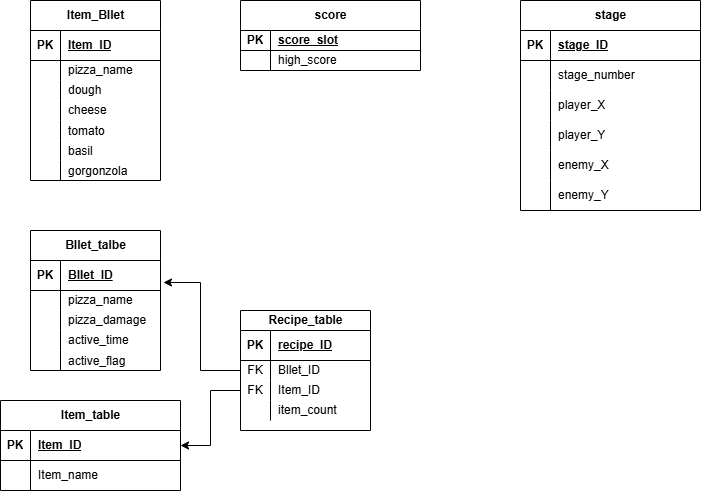
yukku49/DxLib keeps this draw.io diagram as MainScreen/sqlite_DB/pizza_サバイバルE-R図.drawio.png. Above is the earlier version. Source tidied: cells renumbered, new cells last; positions are measured from the earlier drawing's top-left corner, leaving out a move shared by most shapes.
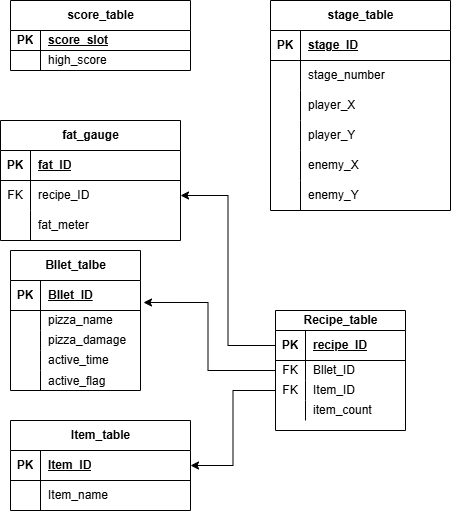
The same diagram one commit later.

The edit, as a diff of the source:
```diff
@@ -2,74 +2,8 @@
   <root>
     <mxCell id="0" />
     <mxCell id="1" parent="0" />
-    <mxCell id="2" value="Item_Bllet" style="shape=table;startSize=30;rowLines=0;fontStyle=1;align=center;html=1;" parent="1" vertex="1">
-      <mxGeometry x="30" width="130" height="180" as="geometry" />
-    </mxCell>
-    <mxCell id="3" style="shape=tableRow;horizontal=0;startSize=0;swimlaneHead=0;swimlaneBody=0;fillColor=none;top=0;left=0;right=0;bottom=1;" parent="2" vertex="1">
-      <mxGeometry y="30" width="130" height="30" as="geometry" />
-    </mxCell>
-    <mxCell id="4" value="PK" style="shape=partialRectangle;fillColor=none;top=0;left=0;bottom=0;right=0;fontStyle=1;overflow=hidden;whiteSpace=wrap;html=1;" parent="3" vertex="1">
-      <mxGeometry width="30" height="30" as="geometry" />
-    </mxCell>
-    <mxCell id="5" value="Item_ID" style="shape=partialRectangle;fillColor=none;top=0;left=0;bottom=0;right=0;align=left;spacingLeft=6;fontStyle=5;overflow=hidden;whiteSpace=wrap;html=1;" parent="3" vertex="1">
-      <mxGeometry x="30" width="100" height="30" as="geometry" />
-    </mxCell>
-    <mxCell id="6" style="shape=tableRow;horizontal=0;startSize=0;swimlaneHead=0;swimlaneBody=0;fillColor=none;top=0;left=0;right=0;bottom=0;" parent="2" vertex="1">
-      <mxGeometry y="60" width="130" height="20" as="geometry" />
-    </mxCell>
-    <mxCell id="7" style="shape=partialRectangle;fillColor=none;top=0;left=0;bottom=0;right=0;overflow=hidden;whiteSpace=wrap;html=1;" parent="6" vertex="1">
-      <mxGeometry width="30" height="20" as="geometry" />
-    </mxCell>
-    <mxCell id="8" value="pizza_name" style="shape=partialRectangle;fillColor=none;top=0;left=0;bottom=0;right=0;align=left;spacingLeft=6;overflow=hidden;whiteSpace=wrap;html=1;" parent="6" vertex="1">
-      <mxGeometry x="30" width="100" height="20" as="geometry" />
-    </mxCell>
-    <mxCell id="9" style="shape=tableRow;horizontal=0;startSize=0;swimlaneHead=0;swimlaneBody=0;fillColor=none;top=0;left=0;right=0;bottom=0;" parent="2" vertex="1">
-      <mxGeometry y="80" width="130" height="20" as="geometry" />
-    </mxCell>
-    <mxCell id="10" style="shape=partialRectangle;fillColor=none;top=0;left=0;bottom=0;right=0;overflow=hidden;whiteSpace=wrap;html=1;" parent="9" vertex="1">
-      <mxGeometry width="30" height="20" as="geometry" />
-    </mxCell>
-    <mxCell id="11" value="dough" style="shape=partialRectangle;fillColor=none;top=0;left=0;bottom=0;right=0;align=left;spacingLeft=6;overflow=hidden;whiteSpace=wrap;html=1;" parent="9" vertex="1">
-      <mxGeometry x="30" width="100" height="20" as="geometry" />
-    </mxCell>
-    <mxCell id="12" style="shape=tableRow;horizontal=0;startSize=0;swimlaneHead=0;swimlaneBody=0;fillColor=none;top=0;left=0;right=0;bottom=0;" parent="2" vertex="1">
-      <mxGeometry y="100" width="130" height="20" as="geometry" />
-    </mxCell>
-    <mxCell id="13" style="shape=partialRectangle;fillColor=none;top=0;left=0;bottom=0;right=0;overflow=hidden;whiteSpace=wrap;html=1;" parent="12" vertex="1">
-      <mxGeometry width="30" height="20" as="geometry" />
-    </mxCell>
-    <mxCell id="14" value="cheese" style="shape=partialRectangle;fillColor=none;top=0;left=0;bottom=0;right=0;align=left;spacingLeft=6;overflow=hidden;whiteSpace=wrap;html=1;" parent="12" vertex="1">
-      <mxGeometry x="30" width="100" height="20" as="geometry" />
-    </mxCell>
-    <mxCell id="15" style="shape=tableRow;horizontal=0;startSize=0;swimlaneHead=0;swimlaneBody=0;fillColor=none;top=0;left=0;right=0;bottom=0;" parent="2" vertex="1">
-      <mxGeometry y="120" width="130" height="20" as="geometry" />
-    </mxCell>
-    <mxCell id="16" style="shape=partialRectangle;fillColor=none;top=0;left=0;bottom=0;right=0;overflow=hidden;" parent="15" vertex="1">
-      <mxGeometry width="30" height="20" as="geometry" />
-    </mxCell>
-    <mxCell id="17" value="tomato" style="shape=partialRectangle;fillColor=none;top=0;left=0;bottom=0;right=0;align=left;spacingLeft=6;overflow=hidden;" parent="15" vertex="1">
-      <mxGeometry x="30" width="100" height="20" as="geometry" />
-    </mxCell>
-    <mxCell id="18" style="shape=tableRow;horizontal=0;startSize=0;swimlaneHead=0;swimlaneBody=0;fillColor=none;top=0;left=0;right=0;bottom=0;" parent="2" vertex="1">
-      <mxGeometry y="140" width="130" height="20" as="geometry" />
-    </mxCell>
-    <mxCell id="19" style="shape=partialRectangle;fillColor=none;top=0;left=0;bottom=0;right=0;overflow=hidden;" parent="18" vertex="1">
-      <mxGeometry width="30" height="20" as="geometry" />
-    </mxCell>
-    <mxCell id="20" value="basil" style="shape=partialRectangle;fillColor=none;top=0;left=0;bottom=0;right=0;align=left;spacingLeft=6;overflow=hidden;" parent="18" vertex="1">
-      <mxGeometry x="30" width="100" height="20" as="geometry" />
-    </mxCell>
-    <mxCell id="21" style="shape=tableRow;horizontal=0;startSize=0;swimlaneHead=0;swimlaneBody=0;fillColor=none;top=0;left=0;right=0;bottom=0;" parent="2" vertex="1">
-      <mxGeometry y="160" width="130" height="20" as="geometry" />
-    </mxCell>
-    <mxCell id="22" style="shape=partialRectangle;fillColor=none;top=0;left=0;bottom=0;right=0;overflow=hidden;" parent="21" vertex="1">
-      <mxGeometry width="30" height="20" as="geometry" />
-    </mxCell>
-    <mxCell id="23" value="gorgonzola" style="shape=partialRectangle;fillColor=none;top=0;left=0;bottom=0;right=0;align=left;spacingLeft=6;overflow=hidden;" parent="21" vertex="1">
-      <mxGeometry x="30" width="100" height="20" as="geometry" />
-    </mxCell>
-    <mxCell id="24" value="score" style="shape=table;startSize=30;rowLines=0;fontStyle=1;align=center;html=1;" parent="1" vertex="1">
-      <mxGeometry x="240" width="180" height="70" as="geometry" />
+    <mxCell id="24" value="score_table" style="shape=table;startSize=30;rowLines=0;fontStyle=1;align=center;html=1;" parent="1" vertex="1">
+      <mxGeometry y="-20" width="180" height="70" as="geometry" />
     </mxCell>
     <mxCell id="25" style="shape=tableRow;horizontal=0;startSize=0;swimlaneHead=0;swimlaneBody=0;fillColor=none;top=0;left=0;right=0;bottom=1;" parent="24" vertex="1">
       <mxGeometry y="30" width="180" height="20" as="geometry" />
@@ -89,8 +23,8 @@
     <mxCell id="30" value="high_score" style="shape=partialRectangle;fillColor=none;top=0;left=0;bottom=0;right=0;align=left;spacingLeft=6;overflow=hidden;whiteSpace=wrap;html=1;" parent="28" vertex="1">
       <mxGeometry x="30" width="150" height="20" as="geometry" />
     </mxCell>
-    <mxCell id="31" value="stage" style="shape=table;startSize=30;rowLines=0;fontStyle=1;align=center;html=1;" parent="1" vertex="1">
-      <mxGeometry x="520" width="180" height="210" as="geometry" />
+    <mxCell id="31" value="stage_table" style="shape=table;startSize=30;rowLines=0;fontStyle=1;align=center;html=1;" parent="1" vertex="1">
+      <mxGeometry x="260" y="-20" width="180" height="210" as="geometry" />
     </mxCell>
     <mxCell id="32" style="shape=tableRow;horizontal=0;startSize=0;swimlaneHead=0;swimlaneBody=0;fillColor=none;top=0;left=0;right=0;bottom=1;" parent="31" vertex="1">
       <mxGeometry y="30" width="180" height="30" as="geometry" />
@@ -168,7 +102,7 @@
       <mxGeometry x="30" width="150" height="30" as="geometry" />
     </mxCell>
     <mxCell id="57" value="Bllet_talbe" style="shape=table;startSize=30;rowLines=0;fontStyle=1;align=center;html=1;" parent="1" vertex="1">
-      <mxGeometry x="30" y="230" width="130" height="140" as="geometry" />
+      <mxGeometry y="230" width="130" height="140" as="geometry" />
     </mxCell>
     <mxCell id="58" style="shape=tableRow;horizontal=0;startSize=0;swimlaneHead=0;swimlaneBody=0;fillColor=none;points=[[0,0.5],[1,0.5]];portConstraint=eastwest;top=0;left=0;right=0;bottom=1;" parent="57" vertex="1">
       <mxGeometry y="30" width="130" height="30" as="geometry" />
@@ -216,7 +150,7 @@
       <mxGeometry x="30" width="100" height="20" as="geometry" />
     </mxCell>
     <mxCell id="73" value="Recipe_table" style="shape=table;startSize=20;rowLines=0;fontStyle=1;align=center;html=1;" parent="1" vertex="1">
-      <mxGeometry x="240" y="310" width="130" height="120" as="geometry" />
+      <mxGeometry x="265" y="290" width="130" height="120" as="geometry" />
     </mxCell>
     <mxCell id="74" style="shape=tableRow;horizontal=0;startSize=0;swimlaneHead=0;swimlaneBody=0;fillColor=none;points=[[0,0.5],[1,0.5]];portConstraint=eastwest;top=0;left=0;right=0;bottom=1;" parent="73" vertex="1">
       <mxGeometry y="20" width="130" height="30" as="geometry" />
@@ -260,5 +194,38 @@
     <mxCell id="87" style="edgeStyle=orthogonalEdgeStyle;rounded=0;jettySize=auto;html=1;exitX=0;exitY=0.5;exitDx=0;exitDy=0;entryX=1.023;entryY=0.733;entryDx=0;entryDy=0;entryPerimeter=0;" parent="1" edge="1" source="77" target="58">
       <mxGeometry relative="1" as="geometry" />
     </mxCell>
+    <mxCell id="88" value="&lt;div style=&quot;text-align: start;&quot;&gt;fat_gauge&lt;/div&gt;" style="shape=table;startSize=30;rowLines=0;fontStyle=1;align=center;html=1;" parent="1" vertex="1">
+      <mxGeometry x="-10" y="100" width="180" height="120" as="geometry" />
+    </mxCell>
+    <mxCell id="89" style="shape=tableRow;horizontal=0;startSize=0;swimlaneHead=0;swimlaneBody=0;fillColor=none;top=0;left=0;right=0;bottom=1;" parent="88" vertex="1">
+      <mxGeometry y="30" width="180" height="30" as="geometry" />
+    </mxCell>
+    <mxCell id="4" value="PK" style="shape=partialRectangle;fillColor=none;top=0;left=0;bottom=0;right=0;fontStyle=1;overflow=hidden;whiteSpace=wrap;html=1;" parent="89" vertex="1">
+      <mxGeometry width="30" height="30" as="geometry" />
+    </mxCell>
+    <mxCell id="90" value="fat_ID" style="shape=partialRectangle;fillColor=none;top=0;left=0;bottom=0;right=0;align=left;spacingLeft=6;fontStyle=5;overflow=hidden;whiteSpace=wrap;html=1;" parent="89" vertex="1">
+      <mxGeometry x="30" width="150" height="30" as="geometry" />
+    </mxCell>
+    <mxCell id="91" style="shape=tableRow;horizontal=0;startSize=0;swimlaneHead=0;swimlaneBody=0;fillColor=none;points=[[0,0.5],[1,0.5]];portConstraint=eastwest;top=0;left=0;right=0;bottom=0;" parent="88" vertex="1">
+      <mxGeometry y="60" width="180" height="30" as="geometry" />
+    </mxCell>
+    <mxCell id="92" value="FK" style="shape=partialRectangle;fillColor=none;top=0;left=0;bottom=0;right=0;overflow=hidden;whiteSpace=wrap;html=1;" parent="91" vertex="1">
+      <mxGeometry width="30" height="30" as="geometry" />
+    </mxCell>
+    <mxCell id="93" value="recipe_ID" style="shape=partialRectangle;fillColor=none;top=0;left=0;bottom=0;right=0;align=left;spacingLeft=6;overflow=hidden;whiteSpace=wrap;html=1;" parent="91" vertex="1">
+      <mxGeometry x="30" width="150" height="30" as="geometry" />
+    </mxCell>
+    <mxCell id="94" style="shape=tableRow;horizontal=0;startSize=0;swimlaneHead=0;swimlaneBody=0;fillColor=none;top=0;left=0;right=0;bottom=0;" parent="88" vertex="1">
+      <mxGeometry y="90" width="180" height="30" as="geometry" />
+    </mxCell>
+    <mxCell id="95" style="shape=partialRectangle;fillColor=none;top=0;left=0;bottom=0;right=0;overflow=hidden;whiteSpace=wrap;html=1;" parent="94" vertex="1">
+      <mxGeometry width="30" height="30" as="geometry" />
+    </mxCell>
+    <mxCell id="96" value="fat_meter" style="shape=partialRectangle;fillColor=none;top=0;left=0;bottom=0;right=0;align=left;spacingLeft=6;overflow=hidden;whiteSpace=wrap;html=1;" parent="94" vertex="1">
+      <mxGeometry x="30" width="150" height="30" as="geometry" />
+    </mxCell>
+    <mxCell id="97" style="edgeStyle=orthogonalEdgeStyle;rounded=0;jettySize=auto;html=1;exitX=0;exitY=0.5;exitDx=0;exitDy=0;entryX=1;entryY=0.5;entryDx=0;entryDy=0;" parent="1" edge="1" source="74" target="91">
+      <mxGeometry relative="1" as="geometry" />
+    </mxCell>
   </root>
 </mxGraphModel>
```
